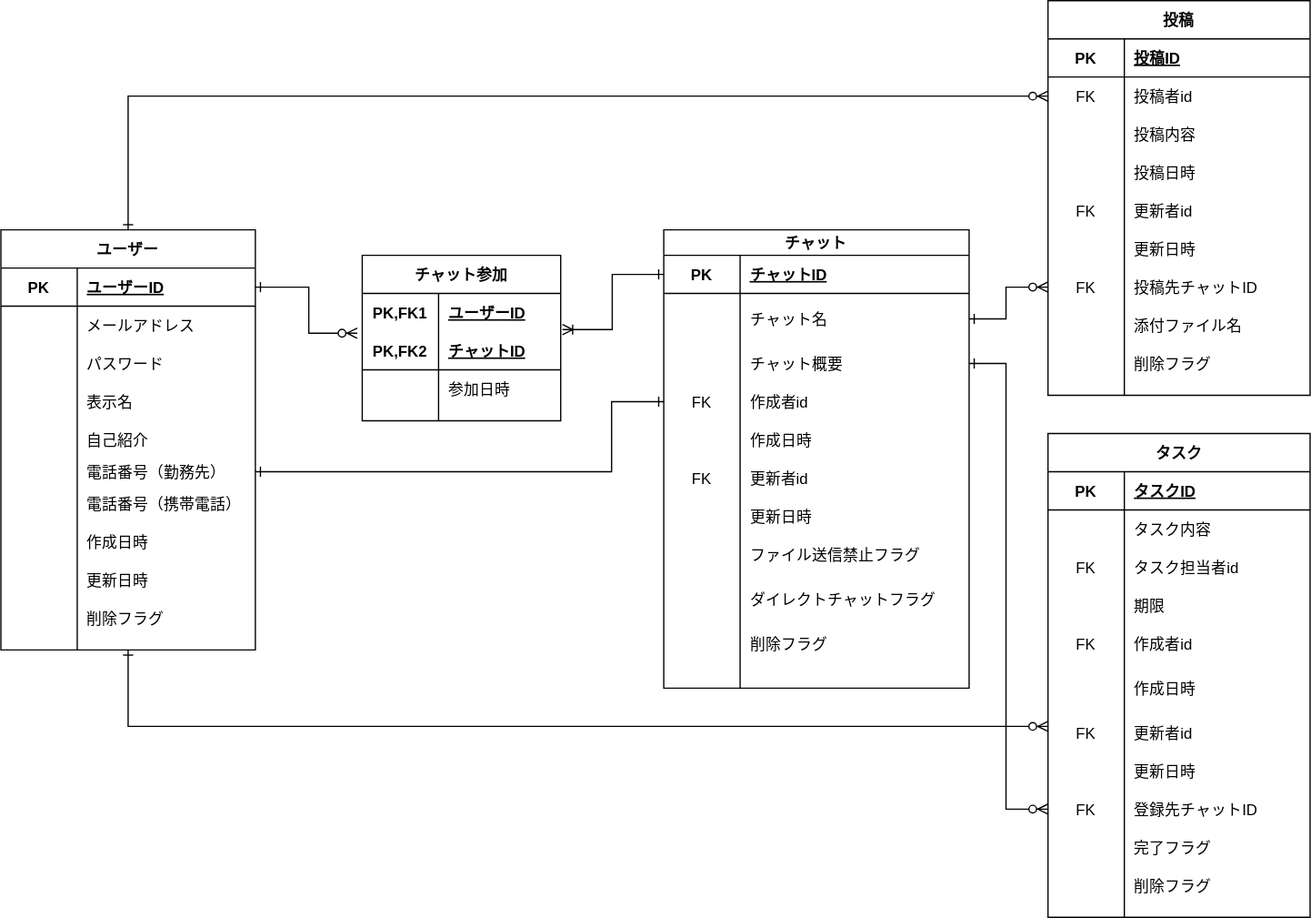
The draw.io diagram db/db-challenge1/ERDiagram.drawio.svg in fjsho/codegym-db, before a commit. Source tidied: cells renumbered, new cells last; positions are measured from the earlier drawing's top-left corner, leaving out a move shared by most shapes.
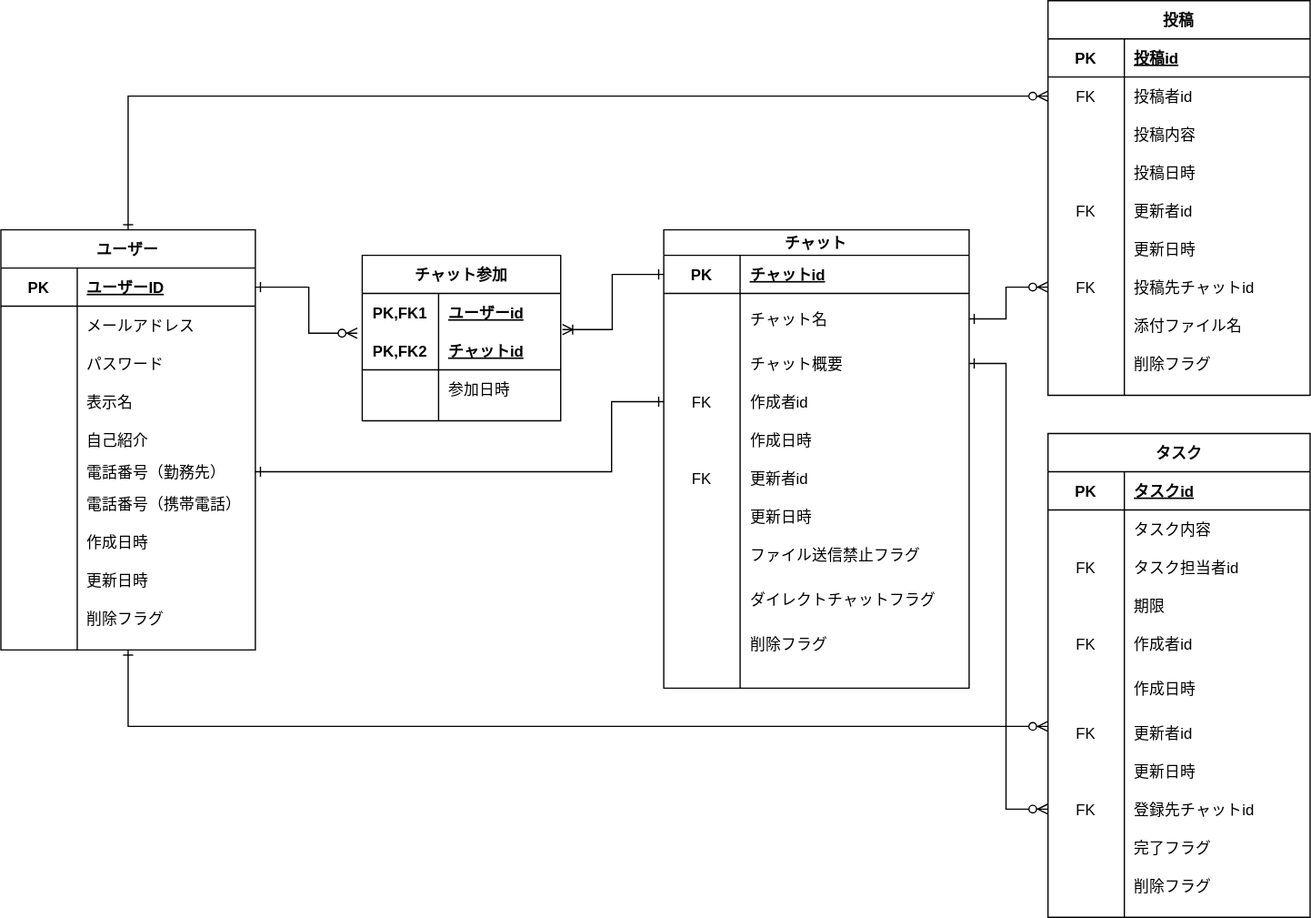
After the change.

Commit message:
[fix]全ての"ID"を"id"に統一

Diff of the diagram source:
```diff
@@ -115,7 +115,7 @@
     <mxCell id="37" value="PK" style="shape=partialRectangle;fillColor=none;top=0;left=0;bottom=0;right=0;fontStyle=1;overflow=hidden;" parent="36" vertex="1">
       <mxGeometry width="60" height="30" as="geometry" />
     </mxCell>
-    <mxCell id="38" value="チャットID" style="shape=partialRectangle;fillColor=none;top=0;left=0;bottom=0;right=0;align=left;spacingLeft=6;fontStyle=5;overflow=hidden;" parent="36" vertex="1">
+    <mxCell id="38" value="チャットid" style="shape=partialRectangle;fillColor=none;top=0;left=0;bottom=0;right=0;align=left;spacingLeft=6;fontStyle=5;overflow=hidden;" parent="36" vertex="1">
       <mxGeometry x="60" width="180" height="30" as="geometry" />
     </mxCell>
     <mxCell id="39" style="shape=partialRectangle;fillColor=none;top=0;left=0;bottom=0;right=0;points=[[0,0.5],[1,0.5]];portConstraint=eastwest;" parent="35" vertex="1">
@@ -208,7 +208,7 @@
     <mxCell id="68" value="PK" style="shape=partialRectangle;fillColor=none;top=0;left=0;bottom=0;right=0;fontStyle=1;overflow=hidden;" parent="67" vertex="1">
       <mxGeometry width="60" height="30" as="geometry" />
     </mxCell>
-    <mxCell id="69" value="投稿ID" style="shape=partialRectangle;fillColor=none;top=0;left=0;bottom=0;right=0;align=left;spacingLeft=6;fontStyle=5;overflow=hidden;" parent="67" vertex="1">
+    <mxCell id="69" value="投稿id" style="shape=partialRectangle;fillColor=none;top=0;left=0;bottom=0;right=0;align=left;spacingLeft=6;fontStyle=5;overflow=hidden;" parent="67" vertex="1">
       <mxGeometry x="60" width="146" height="30" as="geometry" />
     </mxCell>
     <mxCell id="70" style="shape=partialRectangle;fillColor=none;top=0;left=0;bottom=0;right=0;points=[[0,0.5],[1,0.5]];portConstraint=eastwest;" parent="66" vertex="1">
@@ -262,7 +262,7 @@
     <mxCell id="86" value="FK" style="shape=partialRectangle;fillColor=none;top=0;left=0;bottom=0;right=0;overflow=hidden;" parent="85" vertex="1">
       <mxGeometry width="60" height="30" as="geometry" />
     </mxCell>
-    <mxCell id="87" value="投稿先チャットID" style="shape=partialRectangle;fillColor=none;top=0;left=0;bottom=0;right=0;align=left;spacingLeft=6;overflow=hidden;" parent="85" vertex="1">
+    <mxCell id="87" value="投稿先チャットid" style="shape=partialRectangle;fillColor=none;top=0;left=0;bottom=0;right=0;align=left;spacingLeft=6;overflow=hidden;" parent="85" vertex="1">
       <mxGeometry x="60" width="146" height="30" as="geometry" />
     </mxCell>
     <mxCell id="88" style="shape=partialRectangle;fillColor=none;top=0;left=0;bottom=0;right=0;" parent="66" vertex="1">
@@ -292,7 +292,7 @@
     <mxCell id="96" value="PK" style="shape=partialRectangle;fillColor=none;top=0;left=0;bottom=0;right=0;fontStyle=1;overflow=hidden;" parent="95" vertex="1">
       <mxGeometry width="60" height="30" as="geometry" />
     </mxCell>
-    <mxCell id="97" value="タスクID" style="shape=partialRectangle;fillColor=none;top=0;left=0;bottom=0;right=0;align=left;spacingLeft=6;fontStyle=5;overflow=hidden;" parent="95" vertex="1">
+    <mxCell id="97" value="タスクid" style="shape=partialRectangle;fillColor=none;top=0;left=0;bottom=0;right=0;align=left;spacingLeft=6;fontStyle=5;overflow=hidden;" parent="95" vertex="1">
       <mxGeometry x="60" width="146" height="30" as="geometry" />
     </mxCell>
     <mxCell id="98" style="shape=partialRectangle;fillColor=none;top=0;left=0;bottom=0;right=0;" parent="94" vertex="1">
@@ -364,7 +364,7 @@
     <mxCell id="120" value="FK" style="shape=partialRectangle;fillColor=none;top=0;left=0;bottom=0;right=0;overflow=hidden;" parent="119" vertex="1">
       <mxGeometry width="60" height="30" as="geometry" />
     </mxCell>
-    <mxCell id="121" value="登録先チャットID" style="shape=partialRectangle;fillColor=none;top=0;left=0;bottom=0;right=0;align=left;spacingLeft=6;overflow=hidden;" parent="119" vertex="1">
+    <mxCell id="121" value="登録先チャットid" style="shape=partialRectangle;fillColor=none;top=0;left=0;bottom=0;right=0;align=left;spacingLeft=6;overflow=hidden;" parent="119" vertex="1">
       <mxGeometry x="60" width="146" height="30" as="geometry" />
     </mxCell>
     <mxCell id="122" style="shape=partialRectangle;fillColor=none;top=0;left=0;bottom=0;right=0;" parent="94" vertex="1">
@@ -405,7 +405,7 @@
     <mxCell id="132" value="PK,FK1" style="shape=partialRectangle;fillColor=none;top=0;left=0;bottom=0;right=0;fontStyle=1;overflow=hidden;" parent="131" vertex="1">
       <mxGeometry width="60" height="30" as="geometry" />
     </mxCell>
-    <mxCell id="133" value="ユーザーID" style="shape=partialRectangle;fillColor=none;top=0;left=0;bottom=0;right=0;align=left;spacingLeft=6;fontStyle=5;overflow=hidden;" parent="131" vertex="1">
+    <mxCell id="133" value="ユーザーid" style="shape=partialRectangle;fillColor=none;top=0;left=0;bottom=0;right=0;align=left;spacingLeft=6;fontStyle=5;overflow=hidden;" parent="131" vertex="1">
       <mxGeometry x="60" width="96" height="30" as="geometry" />
     </mxCell>
     <mxCell id="134" style="shape=partialRectangle;fillColor=none;top=0;left=0;bottom=1;right=0;points=[[0,0.5],[1,0.5]];portConstraint=eastwest;" parent="130" vertex="1">
@@ -414,7 +414,7 @@
     <mxCell id="135" value="PK,FK2" style="shape=partialRectangle;fillColor=none;top=0;left=0;bottom=0;right=0;fontStyle=1;overflow=hidden;" parent="134" vertex="1">
       <mxGeometry width="60" height="30" as="geometry" />
     </mxCell>
-    <mxCell id="136" value="チャットID" style="shape=partialRectangle;fillColor=none;top=0;left=0;bottom=0;right=0;align=left;spacingLeft=6;fontStyle=5;overflow=hidden;" parent="134" vertex="1">
+    <mxCell id="136" value="チャットid" style="shape=partialRectangle;fillColor=none;top=0;left=0;bottom=0;right=0;align=left;spacingLeft=6;fontStyle=5;overflow=hidden;" parent="134" vertex="1">
       <mxGeometry x="60" width="96" height="30" as="geometry" />
     </mxCell>
     <mxCell id="137" style="shape=partialRectangle;fillColor=none;top=0;left=0;bottom=0;right=0;" parent="130" vertex="1">
```
